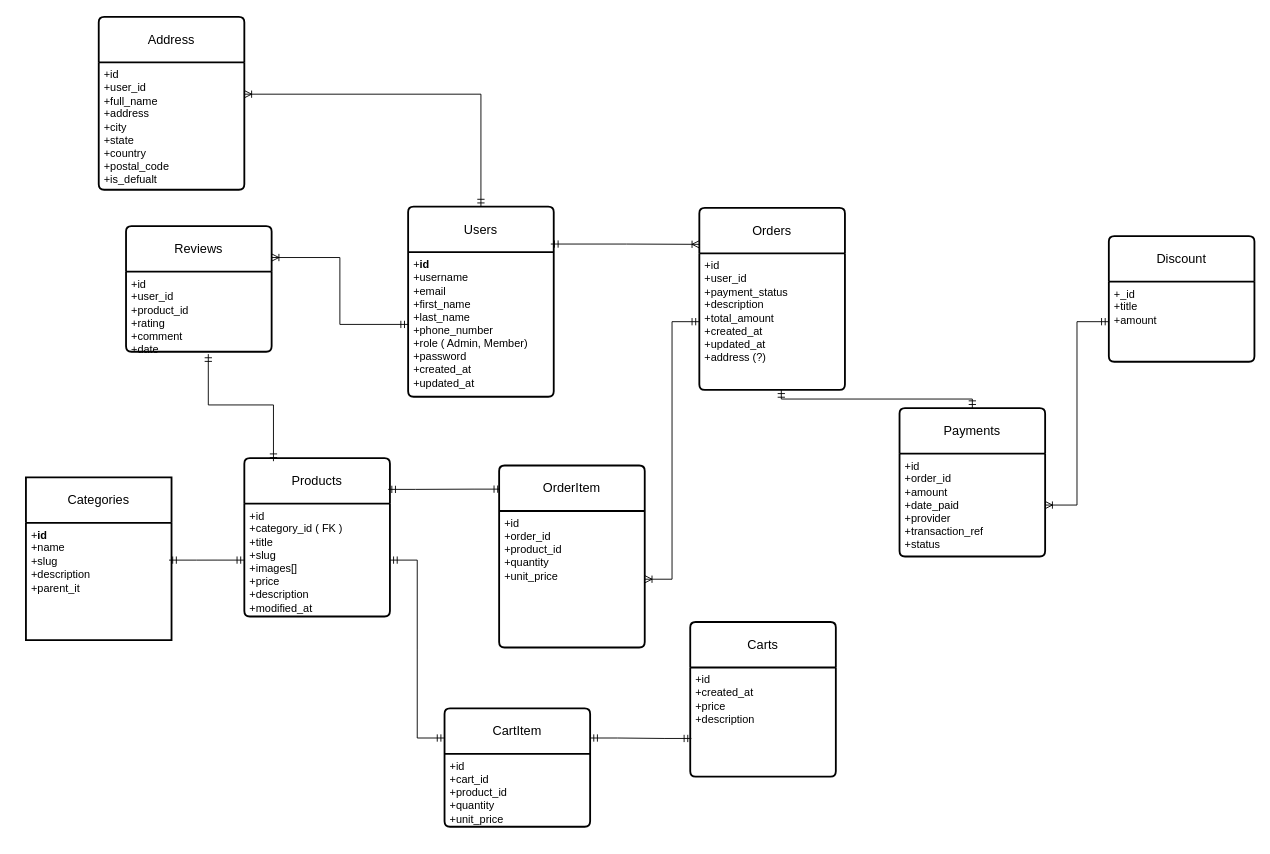
Before: backend/uml/honey.drawio in mohammadsadeg24/Software-engineering, a draw.io diagram. Source tidied: cells renumbered, new cells numbered last; positions are measured from the earlier drawing's top-left corner, leaving out a move shared by most shapes. Both pictures are drawn from the tidied source at 91%, with x=0, y=0 at pixel (25, 16).
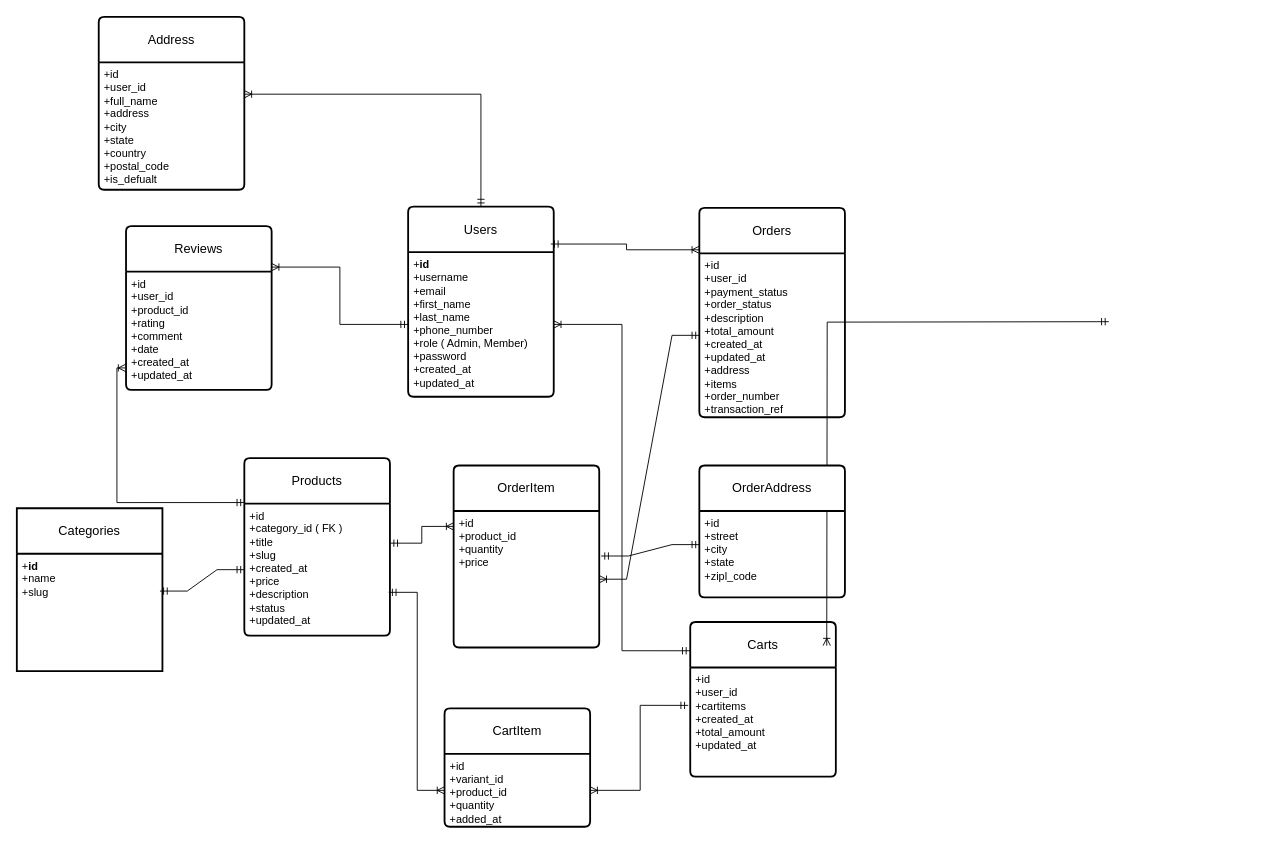
The same diagram, later.

Commit message (it also covers changes not shown here):
feat: modify uml & add sample data

Unchanged cells that the change refers to:
```xml
<mxCell id="4" value="Carts" style="swimlane;horizontal=1;startSize=50;rounded=1;fontSize=14;fontStyle=0;strokeWidth=2;shadow=0;dashed=0;align=center;arcSize=4;whiteSpace=wrap;html=1;" parent="1" vertex="1">
  <mxGeometry x="730" y="665" width="160" height="170" as="geometry" />
</mxCell>
<mxCell id="19" value="+&lt;b&gt;id&lt;/b&gt;&lt;div&gt;+username&lt;/div&gt;&lt;div&gt;+email&lt;/div&gt;&lt;div&gt;+first_name&lt;/div&gt;&lt;div&gt;+last_name&lt;/div&gt;&lt;div&gt;+phone_number&lt;/div&gt;&lt;div&gt;+role ( Admin, Member)&lt;/div&gt;&lt;div&gt;+password&lt;br&gt;+created_at&lt;br&gt;+updated_at&lt;/div&gt;" style="align=left;strokeColor=none;fillColor=none;spacingLeft=4;spacingRight=4;fontSize=12;verticalAlign=top;html=1;whiteSpace=wrap;" parent="18" vertex="1">
  <mxGeometry y="50" width="160" height="159" as="geometry" />
</mxCell>
<mxCell id="27" value="CartItem" style="swimlane;horizontal=1;startSize=50;rounded=1;fontSize=14;fontStyle=0;strokeWidth=2;shadow=0;dashed=0;align=center;arcSize=4;whiteSpace=wrap;html=1;" parent="1" vertex="1">
  <mxGeometry x="460" y="760" width="160" height="130" as="geometry" />
</mxCell>
```

Diff of the diagram source:
```diff
@@
     <mxCell id="2" value="Categories" style="swimlane;horizontal=1;startSize=50;rounded=1;fontSize=14;fontStyle=0;strokeWidth=2;shadow=0;dashed=0;align=center;arcSize=0;whiteSpace=wrap;html=1;" parent="1" vertex="1">
-      <mxGeometry y="506" width="160" height="179" as="geometry" />
+      <mxGeometry x="-10" y="540" width="160" height="179" as="geometry" />
     </mxCell>
-    <mxCell id="3" value="+&lt;b&gt;id&lt;/b&gt;&lt;div&gt;+name&lt;/div&gt;&lt;div&gt;+slug&lt;/div&gt;&lt;div&gt;+description&lt;/div&gt;&lt;div&gt;+parent_it&lt;/div&gt;" style="align=left;strokeColor=none;fillColor=none;spacingLeft=4;spacingRight=4;fontSize=12;verticalAlign=top;html=1;whiteSpace=wrap;" parent="2" vertex="1">
-      <mxGeometry y="50" width="160" height="129" as="geometry" />
-    </mxCell>
+    <mxCell id="35" value="+&lt;b&gt;id&lt;/b&gt;&lt;div&gt;+name&lt;/div&gt;&lt;div&gt;+slug&lt;/div&gt;" style="align=left;strokeColor=none;fillColor=none;spacingLeft=4;spacingRight=4;fontSize=12;verticalAlign=top;html=1;whiteSpace=wrap;" parent="2" vertex="1">
+      <mxGeometry y="50" width="160" height="129" as="geometry" />
+    </mxCell>
@@
-    <mxCell id="5" value="+id&lt;br&gt;&lt;div&gt;&lt;div&gt;+created_at&lt;/div&gt;&lt;div&gt;+price&lt;/div&gt;&lt;div&gt;+description&lt;/div&gt;&lt;/div&gt;" style="align=left;strokeColor=none;fillColor=none;spacingLeft=4;spacingRight=4;fontSize=12;verticalAlign=top;html=1;whiteSpace=wrap;" parent="4" vertex="1">
-      <mxGeometry y="50" width="160" height="120" as="geometry" />
-    </mxCell>
-    <mxCell id="6" value="Discount" style="swimlane;horizontal=1;startSize=50;rounded=1;fontSize=14;fontStyle=0;strokeWidth=2;shadow=0;dashed=0;align=center;arcSize=4;whiteSpace=wrap;html=1;" parent="1" vertex="1">
-      <mxGeometry x="1190" y="241" width="160" height="138" as="geometry" />
-    </mxCell>
-    <mxCell id="7" value="+_id&lt;div&gt;+title&lt;/div&gt;&lt;div&gt;+amount&lt;/div&gt;" style="align=left;strokeColor=none;fillColor=none;spacingLeft=4;spacingRight=4;fontSize=12;verticalAlign=top;html=1;whiteSpace=wrap;" parent="6" vertex="1">
-      <mxGeometry y="50" width="160" height="88" as="geometry" />
-    </mxCell>
-    <mxCell id="8" value="Payments" style="swimlane;horizontal=1;startSize=50;rounded=1;fontSize=14;fontStyle=0;strokeWidth=2;shadow=0;dashed=0;align=center;arcSize=4;whiteSpace=wrap;html=1;" parent="1" vertex="1">
-      <mxGeometry x="960" y="430" width="160" height="163" as="geometry" />
-    </mxCell>
-    <mxCell id="9" value="+id&lt;br&gt;+order_id&lt;div&gt;&lt;span style=&quot;background-color: transparent; color: light-dark(rgb(0, 0, 0), rgb(255, 255, 255));&quot;&gt;+amount&lt;/span&gt;&lt;/div&gt;&lt;div&gt;+date_paid&lt;br&gt;+provider&lt;br&gt;+transaction_ref&lt;br&gt;&lt;div&gt;+status&lt;/div&gt;&lt;/div&gt;" style="align=left;strokeColor=none;fillColor=none;spacingLeft=4;spacingRight=4;fontSize=12;verticalAlign=top;html=1;whiteSpace=wrap;" parent="8" vertex="1">
-      <mxGeometry y="50" width="160" height="113" as="geometry" />
-    </mxCell>
+    <mxCell id="36" value="+id&lt;div&gt;+user_id&lt;br&gt;+cartitems&lt;br&gt;&lt;div&gt;&lt;div&gt;+created_at&lt;/div&gt;&lt;div&gt;+total_amount&lt;/div&gt;&lt;div&gt;+updated_at&lt;/div&gt;&lt;/div&gt;&lt;/div&gt;" style="align=left;strokeColor=none;fillColor=none;spacingLeft=4;spacingRight=4;fontSize=12;verticalAlign=top;html=1;whiteSpace=wrap;" parent="4" vertex="1">
+      <mxGeometry y="50" width="160" height="120" as="geometry" />
+    </mxCell>
     <mxCell id="10" value="Orders" style="swimlane;horizontal=1;startSize=50;rounded=1;fontSize=14;fontStyle=0;strokeWidth=2;shadow=0;dashed=0;align=center;arcSize=4;whiteSpace=wrap;html=1;" parent="1" vertex="1">
-      <mxGeometry x="740" y="210" width="160" height="200" as="geometry" />
+      <mxGeometry x="740" y="210" width="160" height="230" as="geometry" />
     </mxCell>
-    <mxCell id="11" value="+id&lt;div&gt;&lt;span style=&quot;background-color: transparent; color: light-dark(rgb(0, 0, 0), rgb(255, 255, 255));&quot;&gt;+user_id&lt;/span&gt;&lt;/div&gt;&lt;div&gt;&lt;span style=&quot;background-color: transparent; color: light-dark(rgb(0, 0, 0), rgb(255, 255, 255));&quot;&gt;+payment_status&lt;/span&gt;&lt;div&gt;+description&lt;/div&gt;&lt;div&gt;+total_amount&lt;/div&gt;&lt;div&gt;+created_at&lt;/div&gt;&lt;div&gt;+updated_at&lt;/div&gt;&lt;div&gt;+address (?)&lt;/div&gt;&lt;/div&gt;" style="align=left;strokeColor=none;fillColor=none;spacingLeft=4;spacingRight=4;fontSize=12;verticalAlign=top;html=1;whiteSpace=wrap;" parent="10" vertex="1">
-      <mxGeometry y="50" width="160" height="150" as="geometry" />
-    </mxCell>
+    <mxCell id="37" value="+id&lt;div&gt;&lt;span style=&quot;background-color: transparent; color: light-dark(rgb(0, 0, 0), rgb(255, 255, 255));&quot;&gt;+user_id&lt;/span&gt;&lt;/div&gt;&lt;div&gt;&lt;span style=&quot;background-color: transparent; color: light-dark(rgb(0, 0, 0), rgb(255, 255, 255));&quot;&gt;+payment_status&lt;/span&gt;&lt;/div&gt;&lt;div&gt;+order_status&lt;br&gt;&lt;div&gt;+description&lt;/div&gt;&lt;div&gt;+total_amount&lt;/div&gt;&lt;div&gt;+created_at&lt;/div&gt;&lt;div&gt;+updated_at&lt;/div&gt;&lt;div&gt;+address&lt;/div&gt;&lt;/div&gt;&lt;div&gt;+items&lt;/div&gt;&lt;div&gt;+order_number&lt;/div&gt;&lt;div&gt;+transaction_ref&lt;/div&gt;" style="align=left;strokeColor=none;fillColor=none;spacingLeft=4;spacingRight=4;fontSize=12;verticalAlign=top;html=1;whiteSpace=wrap;" parent="10" vertex="1">
+      <mxGeometry y="50" width="160" height="180" as="geometry" />
+    </mxCell>
     <mxCell id="12" value="Products" style="swimlane;horizontal=1;startSize=50;rounded=1;fontSize=14;fontStyle=0;strokeWidth=2;shadow=0;dashed=0;align=center;arcSize=4;whiteSpace=wrap;html=1;" parent="1" vertex="1">
-      <mxGeometry x="240" y="485" width="160" height="174" as="geometry" />
+      <mxGeometry x="240" y="485" width="160" height="195" as="geometry" />
     </mxCell>
-    <mxCell id="13" value="&lt;div&gt;&lt;div&gt;+id&lt;br&gt;+category_id ( FK )&lt;br&gt;&lt;div&gt;&lt;div&gt;+title&lt;/div&gt;&lt;div&gt;+slug&lt;/div&gt;&lt;div&gt;+images[]&lt;/div&gt;&lt;div&gt;+price&lt;/div&gt;&lt;div&gt;+description&lt;br&gt;+modified_at&lt;/div&gt;&lt;/div&gt;&lt;/div&gt;&lt;/div&gt;" style="align=left;strokeColor=none;fillColor=none;spacingLeft=4;spacingRight=4;fontSize=12;verticalAlign=top;html=1;whiteSpace=wrap;" parent="12" vertex="1">
-      <mxGeometry y="50" width="160" height="124" as="geometry" />
-    </mxCell>
-    <mxCell id="14" style="edgeStyle=orthogonalEdgeStyle;fontSize=12;html=1;endArrow=ERoneToMany;startArrow=ERmandOne;rounded=0;exitX=0;exitY=0.5;exitDx=0;exitDy=0;entryX=1;entryY=0.5;entryDx=0;entryDy=0;" parent="1" edge="1" source="7" target="9">
-      <mxGeometry relative="1" as="geometry" />
-    </mxCell>
-    <mxCell id="15" style="edgeStyle=entityRelationEdgeStyle;fontSize=12;html=1;endArrow=ERmandOne;startArrow=ERmandOne;rounded=0;exitX=0.983;exitY=0.318;exitDx=0;exitDy=0;exitPerimeter=0;entryX=0;entryY=0.5;entryDx=0;entryDy=0;" parent="1" edge="1" source="3" target="13">
-      <mxGeometry relative="1" as="geometry" />
-    </mxCell>
-    <mxCell id="16" style="edgeStyle=entityRelationEdgeStyle;fontSize=12;html=1;endArrow=ERmandOne;startArrow=ERmandOne;rounded=0;exitX=0.988;exitY=0.197;exitDx=0;exitDy=0;entryX=0.015;entryY=0.13;entryDx=0;entryDy=0;exitPerimeter=0;entryPerimeter=0;" parent="1" edge="1" source="12" target="23">
-      <mxGeometry relative="1" as="geometry">
-        <Array as="points">
-          <mxPoint x="473.4" y="712.8" />
-        </Array>
-      </mxGeometry>
-    </mxCell>
-    <mxCell id="17" style="edgeStyle=orthogonalEdgeStyle;fontSize=12;html=1;endArrow=ERmandOne;startArrow=ERmandOne;rounded=0;exitX=0.5;exitY=0;exitDx=0;exitDy=0;entryX=0.563;entryY=1;entryDx=0;entryDy=0;entryPerimeter=0;" parent="1" edge="1" source="8" target="11">
-      <mxGeometry relative="1" as="geometry" />
-    </mxCell>
+    <mxCell id="38" value="&lt;div&gt;&lt;div&gt;+id&lt;br&gt;+category_id ( FK )&lt;br&gt;&lt;div&gt;&lt;div&gt;+title&lt;/div&gt;&lt;div&gt;+slug&lt;/div&gt;&lt;div&gt;+created_at&lt;/div&gt;&lt;div&gt;+price&lt;/div&gt;&lt;div&gt;+description&lt;br&gt;+status&lt;br&gt;+updated_at&lt;/div&gt;&lt;/div&gt;&lt;/div&gt;&lt;/div&gt;" style="align=left;strokeColor=none;fillColor=none;spacingLeft=4;spacingRight=4;fontSize=12;verticalAlign=top;html=1;whiteSpace=wrap;" parent="12" vertex="1">
+      <mxGeometry y="50" width="160" height="145" as="geometry" />
+    </mxCell>
+    <mxCell id="39" style="edgeStyle=orthogonalEdgeStyle;fontSize=12;html=1;endArrow=ERoneToMany;startArrow=ERmandOne;rounded=0;exitX=0;exitY=0.5;exitDx=0;exitDy=0;entryX=1;entryY=0.5;entryDx=0;entryDy=0;" parent="1" edge="1">
+      <mxGeometry relative="1" as="geometry">
+        <mxPoint x="1190" y="335" as="sourcePoint" />
+        <mxPoint x="880" y="691" as="targetPoint" />
+      </mxGeometry>
+    </mxCell>
+    <mxCell id="40" style="edgeStyle=entityRelationEdgeStyle;fontSize=12;html=1;endArrow=ERmandOne;startArrow=ERmandOne;rounded=0;exitX=0.983;exitY=0.318;exitDx=0;exitDy=0;exitPerimeter=0;entryX=0;entryY=0.5;entryDx=0;entryDy=0;" parent="1" edge="1" source="35" target="38">
+      <mxGeometry relative="1" as="geometry" />
+    </mxCell>
@@
     <mxCell id="20" value="Reviews" style="swimlane;horizontal=1;startSize=50;rounded=1;fontSize=14;fontStyle=0;strokeWidth=2;shadow=0;dashed=0;align=center;arcSize=4;whiteSpace=wrap;html=1;" parent="1" vertex="1">
-      <mxGeometry x="110" y="230" width="160" height="138" as="geometry" />
+      <mxGeometry x="110" y="230" width="160" height="180" as="geometry" />
     </mxCell>
-    <mxCell id="21" value="+id&lt;br&gt;+user_id&lt;br&gt;+product_id&lt;br&gt;+rating&lt;br&gt;&lt;div&gt;+comment&lt;/div&gt;&lt;div&gt;+date&lt;/div&gt;" style="align=left;strokeColor=none;fillColor=none;spacingLeft=4;spacingRight=4;fontSize=12;verticalAlign=top;html=1;whiteSpace=wrap;" parent="20" vertex="1">
-      <mxGeometry y="50" width="160" height="88" as="geometry" />
-    </mxCell>
+    <mxCell id="41" value="+id&lt;br&gt;+user_id&lt;br&gt;+product_id&lt;br&gt;+rating&lt;br&gt;&lt;div&gt;+comment&lt;/div&gt;&lt;div&gt;+date&lt;/div&gt;&lt;div&gt;+created_at&lt;/div&gt;&lt;div&gt;+updated_at&lt;/div&gt;" style="align=left;strokeColor=none;fillColor=none;spacingLeft=4;spacingRight=4;fontSize=12;verticalAlign=top;html=1;whiteSpace=wrap;" parent="20" vertex="1">
+      <mxGeometry y="50" width="160" height="130" as="geometry" />
+    </mxCell>
@@
     <mxCell id="23" value="OrderItem" style="swimlane;horizontal=1;startSize=50;rounded=1;fontSize=14;fontStyle=0;strokeWidth=2;shadow=0;dashed=0;align=center;arcSize=4;whiteSpace=wrap;html=1;" parent="1" vertex="1">
-      <mxGeometry x="520" y="493" width="160" height="200" as="geometry" />
+      <mxGeometry x="470" y="493" width="160" height="200" as="geometry" />
     </mxCell>
-    <mxCell id="24" value="+id&lt;div&gt;&lt;span style=&quot;background-color: transparent; color: light-dark(rgb(0, 0, 0), rgb(255, 255, 255));&quot;&gt;+order_id&lt;/span&gt;&lt;/div&gt;&lt;div&gt;&lt;span style=&quot;background-color: transparent; color: light-dark(rgb(0, 0, 0), rgb(255, 255, 255));&quot;&gt;+product_id&lt;/span&gt;&lt;/div&gt;&lt;div&gt;&lt;span style=&quot;background-color: transparent; color: light-dark(rgb(0, 0, 0), rgb(255, 255, 255));&quot;&gt;+quantity&lt;/span&gt;&lt;div&gt;+unit_price&lt;/div&gt;&lt;/div&gt;" style="align=left;strokeColor=none;fillColor=none;spacingLeft=4;spacingRight=4;fontSize=12;verticalAlign=top;html=1;whiteSpace=wrap;" parent="23" vertex="1">
-      <mxGeometry y="50" width="160" height="150" as="geometry" />
-    </mxCell>
+    <mxCell id="42" value="+id&lt;div&gt;&lt;span style=&quot;background-color: transparent; color: light-dark(rgb(0, 0, 0), rgb(255, 255, 255));&quot;&gt;+product_id&lt;/span&gt;&lt;/div&gt;&lt;div&gt;&lt;span style=&quot;background-color: transparent; color: light-dark(rgb(0, 0, 0), rgb(255, 255, 255));&quot;&gt;+quantity&lt;/span&gt;&lt;div&gt;+price&lt;/div&gt;&lt;/div&gt;" style="align=left;strokeColor=none;fillColor=none;spacingLeft=4;spacingRight=4;fontSize=12;verticalAlign=top;html=1;whiteSpace=wrap;" parent="23" vertex="1">
+      <mxGeometry y="50" width="160" height="150" as="geometry" />
+    </mxCell>
@@
-    <mxCell id="28" value="+id&lt;div&gt;&lt;span style=&quot;background-color: transparent; color: light-dark(rgb(0, 0, 0), rgb(255, 255, 255));&quot;&gt;+cart_id&lt;/span&gt;&lt;/div&gt;&lt;div&gt;&lt;span style=&quot;background-color: transparent; color: light-dark(rgb(0, 0, 0), rgb(255, 255, 255));&quot;&gt;+product_id&lt;/span&gt;&lt;/div&gt;&lt;div&gt;&lt;span style=&quot;background-color: transparent; color: light-dark(rgb(0, 0, 0), rgb(255, 255, 255));&quot;&gt;+quantity&lt;br&gt;+unit_price&lt;br&gt;&lt;/span&gt;&lt;div&gt;&lt;br&gt;&lt;/div&gt;&lt;/div&gt;" style="align=left;strokeColor=none;fillColor=none;spacingLeft=4;spacingRight=4;fontSize=12;verticalAlign=top;html=1;whiteSpace=wrap;" parent="27" vertex="1">
-      <mxGeometry y="50" width="160" height="80" as="geometry" />
-    </mxCell>
+    <mxCell id="43" value="+id&lt;div&gt;&lt;span style=&quot;background-color: transparent; color: light-dark(rgb(0, 0, 0), rgb(255, 255, 255));&quot;&gt;+variant_id&lt;/span&gt;&lt;/div&gt;&lt;div&gt;&lt;span style=&quot;background-color: transparent; color: light-dark(rgb(0, 0, 0), rgb(255, 255, 255));&quot;&gt;+product_id&lt;/span&gt;&lt;/div&gt;&lt;div&gt;&lt;span style=&quot;background-color: transparent; color: light-dark(rgb(0, 0, 0), rgb(255, 255, 255));&quot;&gt;+quantity&lt;br&gt;+added_at&lt;br&gt;&lt;/span&gt;&lt;div&gt;&lt;br&gt;&lt;/div&gt;&lt;/div&gt;" style="align=left;strokeColor=none;fillColor=none;spacingLeft=4;spacingRight=4;fontSize=12;verticalAlign=top;html=1;whiteSpace=wrap;" parent="27" vertex="1">
+      <mxGeometry y="50" width="160" height="80" as="geometry" />
+    </mxCell>
@@
-    <mxCell id="31" style="edgeStyle=orthogonalEdgeStyle;fontSize=12;html=1;endArrow=ERmandOne;startArrow=ERmandOne;rounded=0;exitX=0.2;exitY=0.019;exitDx=0;exitDy=0;exitPerimeter=0;entryX=0.565;entryY=1.03;entryDx=0;entryDy=0;entryPerimeter=0;" parent="1" edge="1" source="12" target="21">
-      <mxGeometry relative="1" as="geometry" />
-    </mxCell>
-    <mxCell id="32" style="edgeStyle=entityRelationEdgeStyle;fontSize=12;html=1;endArrow=ERoneToMany;startArrow=ERmandOne;rounded=0;entryX=1;entryY=0.5;entryDx=0;entryDy=0;exitX=0;exitY=0.5;exitDx=0;exitDy=0;" parent="1" edge="1" source="11" target="24">
-      <mxGeometry relative="1" as="geometry" />
-    </mxCell>
-    <mxCell id="33" style="edgeStyle=entityRelationEdgeStyle;fontSize=12;html=1;endArrow=ERmandOne;startArrow=ERmandOne;rounded=0;entryX=0.008;entryY=0.65;entryDx=0;entryDy=0;entryPerimeter=0;exitX=1;exitY=0.25;exitDx=0;exitDy=0;" parent="1" edge="1" source="27" target="5">
-      <mxGeometry relative="1" as="geometry" />
-    </mxCell>
-    <mxCell id="34" style="edgeStyle=entityRelationEdgeStyle;fontSize=12;html=1;endArrow=ERmandOne;startArrow=ERmandOne;rounded=0;exitX=1;exitY=0.5;exitDx=0;exitDy=0;entryX=0;entryY=0.25;entryDx=0;entryDy=0;" parent="1" edge="1" source="13" target="27">
-      <mxGeometry relative="1" as="geometry" />
-    </mxCell>
+    <mxCell id="44" style="edgeStyle=entityRelationEdgeStyle;fontSize=12;html=1;endArrow=ERoneToMany;startArrow=ERmandOne;rounded=0;entryX=1;entryY=0.5;entryDx=0;entryDy=0;exitX=0;exitY=0.5;exitDx=0;exitDy=0;" parent="1" edge="1" source="37" target="42">
+      <mxGeometry relative="1" as="geometry" />
+    </mxCell>
+    <mxCell id="45" value="OrderAddress" style="swimlane;horizontal=1;startSize=50;rounded=1;fontSize=14;fontStyle=0;strokeWidth=2;shadow=0;dashed=0;align=center;arcSize=4;whiteSpace=wrap;html=1;" parent="1" vertex="1">
+      <mxGeometry x="740" y="493" width="160" height="145" as="geometry" />
+    </mxCell>
+    <mxCell id="46" value="+id&lt;div&gt;+street&lt;/div&gt;&lt;div&gt;+city&lt;br&gt;+state&lt;br&gt;&lt;/div&gt;&lt;div&gt;+zipl_code&lt;br&gt;&lt;/div&gt;" style="align=left;strokeColor=none;fillColor=none;spacingLeft=4;spacingRight=4;fontSize=12;verticalAlign=top;html=1;whiteSpace=wrap;" parent="45" vertex="1">
+      <mxGeometry y="50" width="160" height="95" as="geometry" />
+    </mxCell>
+    <mxCell id="47" style="edgeStyle=entityRelationEdgeStyle;fontSize=12;html=1;endArrow=ERmandOne;startArrow=ERmandOne;rounded=0;exitX=1.013;exitY=0.33;exitDx=0;exitDy=0;entryX=0;entryY=0.389;entryDx=0;entryDy=0;exitPerimeter=0;entryPerimeter=0;" parent="1" edge="1" source="42" target="46">
+      <mxGeometry relative="1" as="geometry">
+        <Array as="points">
+          <mxPoint x="795.4" y="833.8" />
+        </Array>
+      </mxGeometry>
+    </mxCell>
+    <mxCell id="48" style="edgeStyle=orthogonalEdgeStyle;fontSize=12;html=1;endArrow=ERoneToMany;startArrow=ERmandOne;rounded=0;exitX=1.002;exitY=0.299;exitDx=0;exitDy=0;entryX=0;entryY=0.113;entryDx=0;entryDy=0;exitPerimeter=0;entryPerimeter=0;" parent="1" edge="1" source="38" target="42">
+      <mxGeometry relative="1" as="geometry" />
+    </mxCell>
+    <mxCell id="49" style="edgeStyle=orthogonalEdgeStyle;fontSize=12;html=1;endArrow=ERoneToMany;startArrow=ERmandOne;rounded=0;exitX=0.992;exitY=0.672;exitDx=0;exitDy=0;entryX=0;entryY=0.5;entryDx=0;entryDy=0;exitPerimeter=0;" parent="1" edge="1" source="38" target="43">
+      <mxGeometry relative="1" as="geometry" />
+    </mxCell>
+    <mxCell id="50" style="edgeStyle=orthogonalEdgeStyle;fontSize=12;html=1;endArrow=ERoneToMany;startArrow=ERmandOne;rounded=0;entryX=-0.003;entryY=0.814;entryDx=0;entryDy=0;entryPerimeter=0;exitX=0;exitY=0.25;exitDx=0;exitDy=0;" parent="1" edge="1" source="12" target="41">
+      <mxGeometry relative="1" as="geometry" />
+    </mxCell>
+    <mxCell id="51" style="edgeStyle=orthogonalEdgeStyle;fontSize=12;html=1;endArrow=ERoneToMany;startArrow=ERmandOne;rounded=0;exitX=-0.014;exitY=0.347;exitDx=0;exitDy=0;entryX=1;entryY=0.5;entryDx=0;entryDy=0;exitPerimeter=0;" parent="1" edge="1" source="36" target="43">
+      <mxGeometry relative="1" as="geometry" />
+    </mxCell>
+    <mxCell id="52" style="edgeStyle=orthogonalEdgeStyle;fontSize=12;html=1;endArrow=ERoneToMany;startArrow=ERmandOne;rounded=0;exitX=-0.003;exitY=0.186;exitDx=0;exitDy=0;entryX=1;entryY=0.5;entryDx=0;entryDy=0;exitPerimeter=0;" parent="1" edge="1" source="4" target="19">
+      <mxGeometry relative="1" as="geometry" />
+    </mxCell>
```
